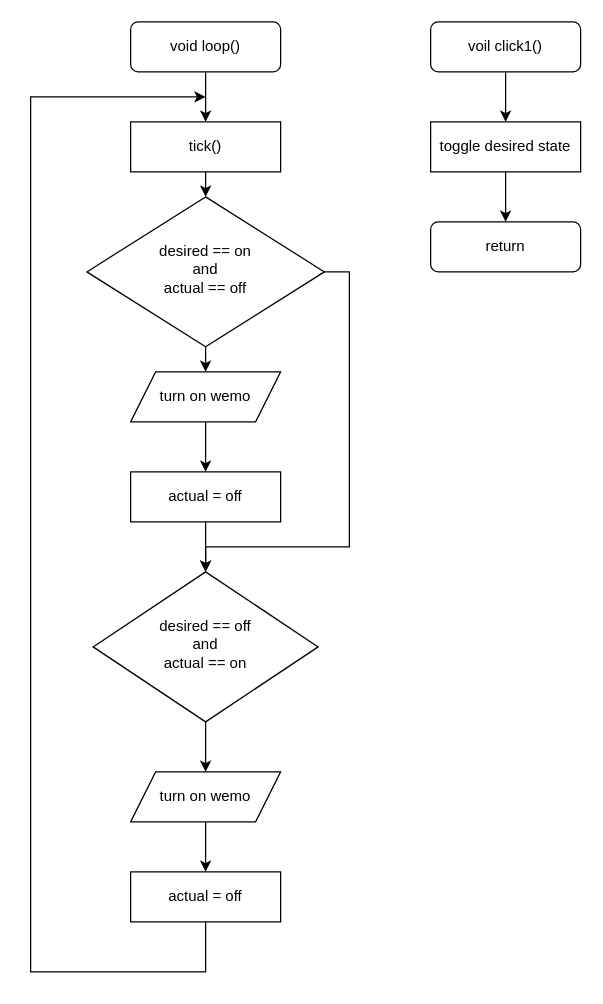
ddc-iot/instructor_master keeps this draw.io diagram as L08_Ethernet/Untitled Diagram.drawio. Above is the earlier version. Source tidied: cells renumbered, new cells numbered last; positions are measured from the earlier drawing's top-left corner, leaving out a move shared by most shapes. Both pictures are drawn from the tidied source at 125%, with x=0, y=0 at pixel (30, 21).
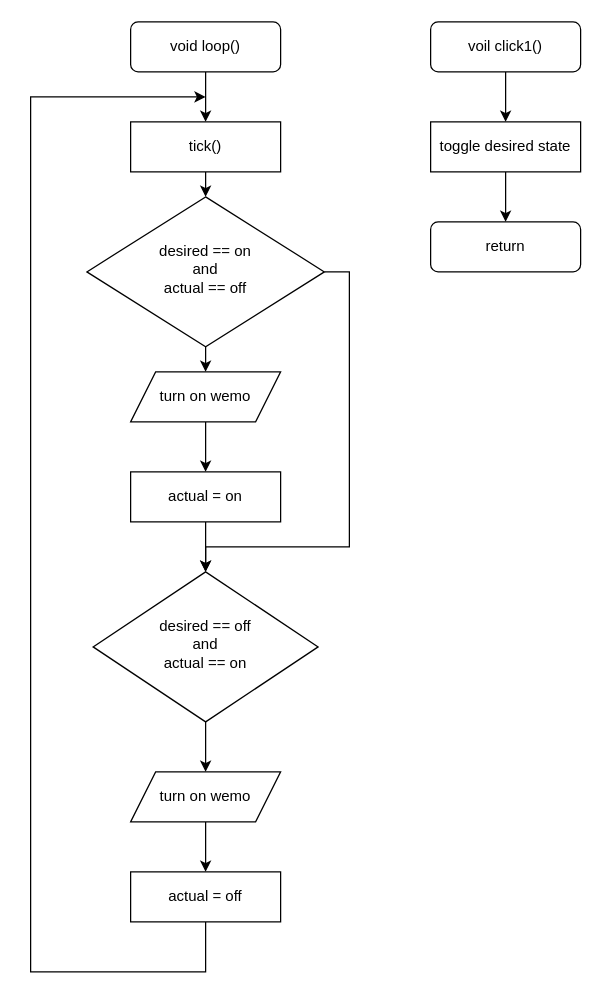
The same page after the edit.

Diff of the diagram source:
```diff
@@
-    <mxCell id="23" value="actual = off" style="rounded=0;whiteSpace=wrap;html=1;" parent="1" vertex="1">
+    <mxCell id="23" value="actual = on" style="rounded=0;whiteSpace=wrap;html=1;" parent="1" vertex="1">
       <mxGeometry x="80" y="360" width="120" height="40" as="geometry" />
     </mxCell>
```
